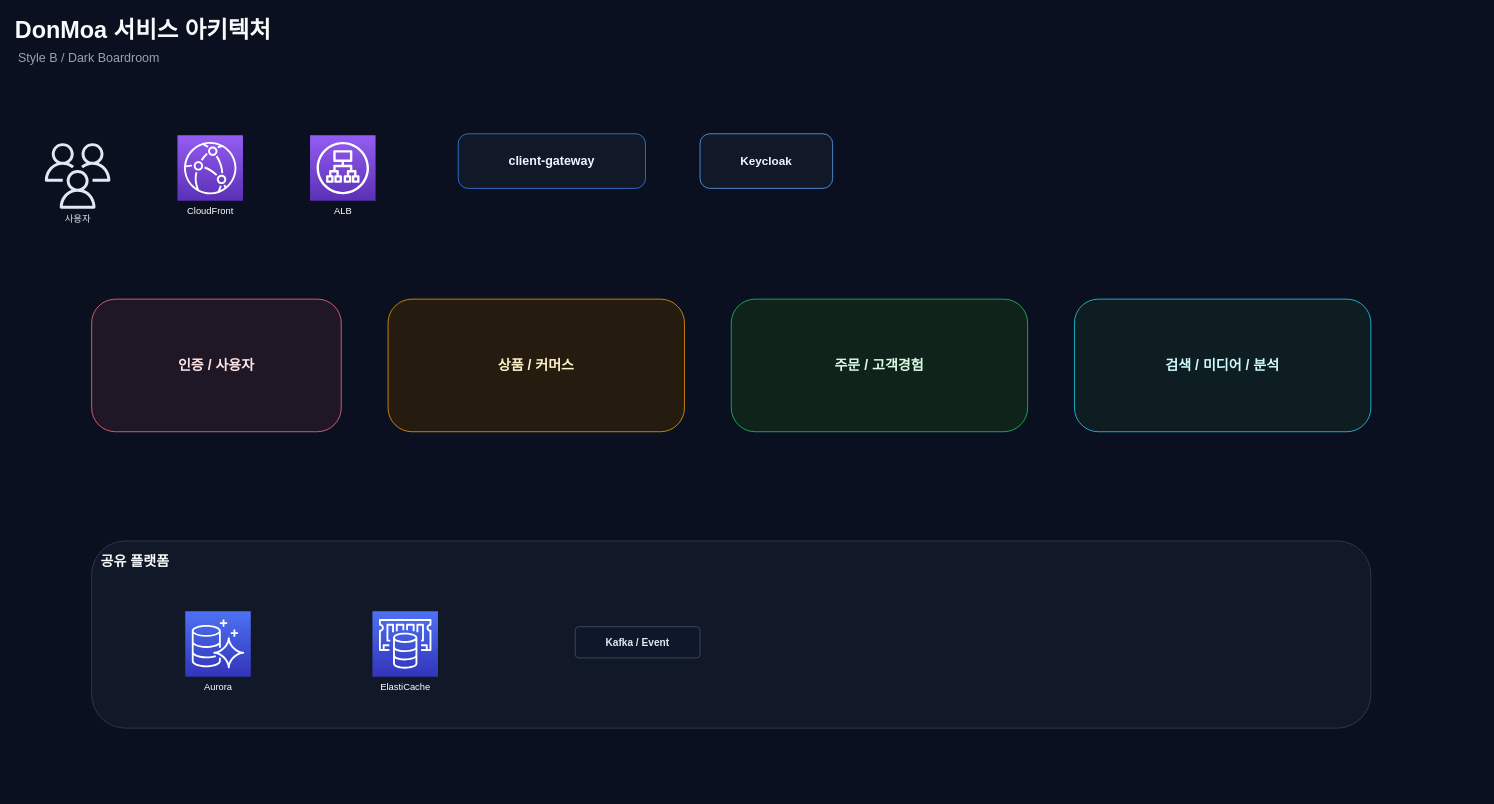
MZC-3rd-Project/BACKEND_SERVER keeps this draw.io diagram as page "Style B_서비스" (4 of 6) of deploy/diagrams/donmoa-presentation-style-variants.drawio. Above is the earlier version. Source tidied: cells renumbered, new cells numbered last; positions are measured from the earlier drawing's top-left corner, leaving out a move shared by most shapes. Both pictures are drawn from the tidied source at 78%, with x=0, y=0 at pixel (13, 13).
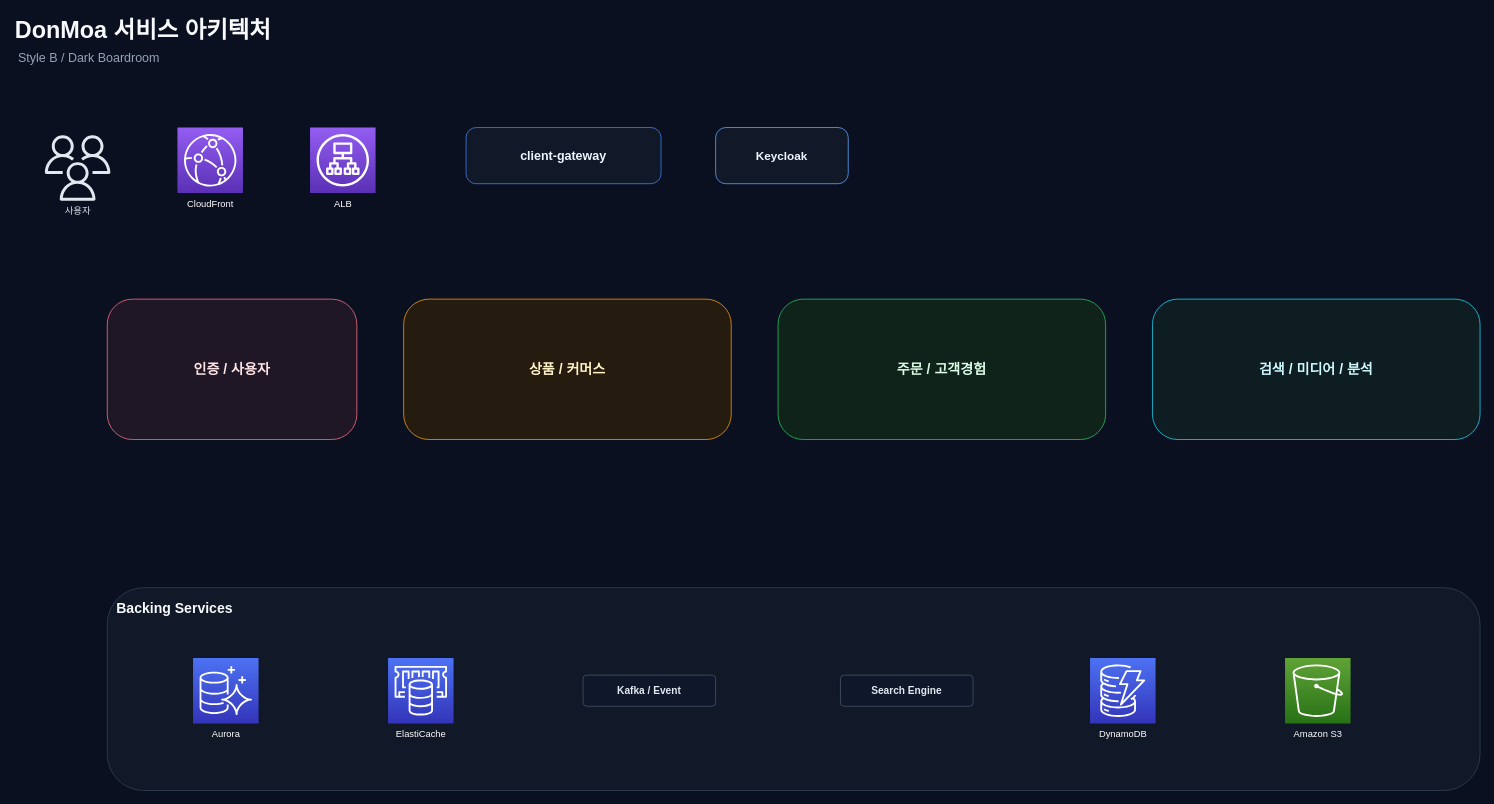
After the change.

The edit, as a diff of the source:
```diff
@@
 <mxGraphModel background="#0b1020">
   <root>
     <mxCell id="0" />
     <mxCell id="1" parent="0" />
     <mxCell id="2" value="DonMoa 서비스 아키텍처" style="text;html=1;strokeColor=none;fillColor=none;align=left;verticalAlign=middle;whiteSpace=wrap;fontSize=30;fontStyle=1;fontColor=#f8fafc;" parent="1" vertex="1">
       <mxGeometry width="520" height="42" as="geometry" />
     </mxCell>
     <mxCell id="3" value="Style B / Dark Boardroom" style="text;html=1;strokeColor=none;fillColor=none;align=left;verticalAlign=middle;whiteSpace=wrap;fontSize=16;fontColor=#94a3b8;" parent="1" vertex="1">
       <mxGeometry x="4" y="44" width="260" height="24" as="geometry" />
     </mxCell>
     <mxCell id="4" value="사용자" style="shape=mxgraph.aws4.users;html=1;strokeColor=none;fillColor=#e2e8f0;gradientColor=none;fontColor=#e2e8f0;verticalLabelPosition=bottom;verticalAlign=top;align=center;fontSize=12;" parent="1" vertex="1">
-      <mxGeometry x="40" y="166" width="84" height="84" as="geometry" />
+      <mxGeometry x="40" y="156" width="84" height="84" as="geometry" />
     </mxCell>
     <mxCell id="5" value="CloudFront" style="shape=mxgraph.aws4.resourceIcon;resIcon=mxgraph.aws4.cloudfront;html=1;gradientColor=#945DF2;gradientDirection=north;fillColor=#5A30B5;strokeColor=#ffffff;fontColor=#ffffff;verticalLabelPosition=bottom;verticalAlign=top;align=center;fontSize=12;" parent="1" vertex="1">
-      <mxGeometry x="210" y="156" width="84" height="84" as="geometry" />
+      <mxGeometry x="210" y="146" width="84" height="84" as="geometry" />
     </mxCell>
     <mxCell id="6" value="ALB" style="shape=mxgraph.aws4.resourceIcon;resIcon=mxgraph.aws4.application_load_balancer;html=1;gradientColor=#945DF2;gradientDirection=north;fillColor=#5A30B5;strokeColor=#ffffff;fontColor=#ffffff;verticalLabelPosition=bottom;verticalAlign=top;align=center;fontSize=12;" parent="1" vertex="1">
-      <mxGeometry x="380" y="156" width="84" height="84" as="geometry" />
+      <mxGeometry x="380" y="146" width="84" height="84" as="geometry" />
     </mxCell>
     <mxCell id="7" value="client-gateway" style="rounded=1;whiteSpace=wrap;html=1;arcSize=18;fillColor=#111827;strokeColor=#3b82f6;fontColor=#eff6ff;fontSize=16;fontStyle=1;spacing=10;" parent="1" vertex="1">
-      <mxGeometry x="570" y="154" width="240" height="70" as="geometry" />
+      <mxGeometry x="580" y="146" width="250" height="72" as="geometry" />
     </mxCell>
     <mxCell id="8" value="Keycloak" style="rounded=1;whiteSpace=wrap;html=1;arcSize=18;fillColor=#111827;strokeColor=#60a5fa;fontColor=#eff6ff;fontSize=15;fontStyle=1;spacing=8;" parent="1" vertex="1">
-      <mxGeometry x="880" y="154" width="170" height="70" as="geometry" />
+      <mxGeometry x="900" y="146" width="170" height="72" as="geometry" />
     </mxCell>
     <mxCell id="9" value="인증 / 사용자" style="rounded=1;whiteSpace=wrap;html=1;arcSize=18;fillColor=#1f1726;strokeColor=#fb7185;fontColor=#ffe4e6;fontSize=18;fontStyle=1;spacing=12;" parent="1" vertex="1">
-      <mxGeometry x="100" y="366" width="320" height="170" as="geometry" />
+      <mxGeometry x="120" y="366" width="320" height="180" as="geometry" />
     </mxCell>
     <mxCell id="10" value="상품 / 커머스" style="rounded=1;whiteSpace=wrap;html=1;arcSize=18;fillColor=#251b0f;strokeColor=#f59e0b;fontColor=#fef3c7;fontSize=18;fontStyle=1;spacing=12;" parent="1" vertex="1">
-      <mxGeometry x="480" y="366" width="380" height="170" as="geometry" />
+      <mxGeometry x="500" y="366" width="420" height="180" as="geometry" />
     </mxCell>
     <mxCell id="11" value="주문 / 고객경험" style="rounded=1;whiteSpace=wrap;html=1;arcSize=18;fillColor=#10231a;strokeColor=#22c55e;fontColor=#dcfce7;fontSize=18;fontStyle=1;spacing=12;" parent="1" vertex="1">
-      <mxGeometry x="920" y="366" width="380" height="170" as="geometry" />
+      <mxGeometry x="980" y="366" width="420" height="180" as="geometry" />
     </mxCell>
     <mxCell id="12" value="검색 / 미디어 / 분석" style="rounded=1;whiteSpace=wrap;html=1;arcSize=18;fillColor=#0e1d22;strokeColor=#22d3ee;fontColor=#cffafe;fontSize=18;fontStyle=1;spacing=12;" parent="1" vertex="1">
-      <mxGeometry x="1360" y="366" width="380" height="170" as="geometry" />
+      <mxGeometry x="1460" y="366" width="420" height="180" as="geometry" />
     </mxCell>
-    <mxCell id="13" value="공유 플랫폼" style="rounded=1;whiteSpace=wrap;html=1;arcSize=18;fillColor=#111827;strokeColor=#334155;fontColor=#f8fafc;fontSize=18;fontStyle=1;align=left;verticalAlign=top;spacing=12;" parent="1" vertex="1">
-      <mxGeometry x="100" y="676" width="1640" height="240" as="geometry" />
+    <mxCell id="13" value="Backing Services" style="rounded=1;whiteSpace=wrap;html=1;arcSize=18;fillColor=#111827;strokeColor=#334155;fontColor=#f8fafc;fontSize=18;fontStyle=1;align=left;verticalAlign=top;spacing=12;" parent="1" vertex="1">
+      <mxGeometry x="120" y="736" width="1760" height="260" as="geometry" />
     </mxCell>
-    <mxCell id="14" value="Aurora" style="shape=mxgraph.aws4.resourceIcon;resIcon=mxgraph.aws4.aurora;html=1;gradientColor=#4D72F3;gradientDirection=north;fillColor=#3334B9;strokeColor=#ffffff;fontColor=#ffffff;verticalLabelPosition=bottom;verticalAlign=top;align=center;fontSize=12;" parent="1" vertex="1">
-      <mxGeometry x="220" y="766" width="84" height="84" as="geometry" />
+    <mxCell id="14" value="Aurora" style="shape=mxgraph.aws4.resourceIcon;resIcon=mxgraph.aws4.aurora;html=1;gradientColor=#4D72F3;gradientDirection=north;fillColor=#3334B9;strokeColor=#ffffff;fontColor=#ffffff;verticalLabelPosition=bottom;verticalAlign=top;align=center;fontSize=12;" parent="13" vertex="1">
+      <mxGeometry x="110" y="90" width="84" height="84" as="geometry" />
     </mxCell>
-    <mxCell id="15" value="ElastiCache" style="shape=mxgraph.aws4.resourceIcon;resIcon=mxgraph.aws4.elasticache;html=1;gradientColor=#4D72F3;gradientDirection=north;fillColor=#3334B9;strokeColor=#ffffff;fontColor=#ffffff;verticalLabelPosition=bottom;verticalAlign=top;align=center;fontSize=12;" parent="1" vertex="1">
-      <mxGeometry x="460" y="766" width="84" height="84" as="geometry" />
+    <mxCell id="15" value="ElastiCache" style="shape=mxgraph.aws4.resourceIcon;resIcon=mxgraph.aws4.elasticache;html=1;gradientColor=#4D72F3;gradientDirection=north;fillColor=#3334B9;strokeColor=#ffffff;fontColor=#ffffff;verticalLabelPosition=bottom;verticalAlign=top;align=center;fontSize=12;" parent="13" vertex="1">
+      <mxGeometry x="360" y="90" width="84" height="84" as="geometry" />
     </mxCell>
-    <mxCell id="16" value="Kafka / Event" style="rounded=1;whiteSpace=wrap;html=1;arcSize=12;fillColor=#0f172a;strokeColor=#475569;fontColor=#e2e8f0;fontSize=13;fontStyle=1;spacing=8;" parent="1" vertex="1">
-      <mxGeometry x="720" y="786" width="160" height="40" as="geometry" />
+    <mxCell id="16" value="Kafka / Event" style="rounded=1;whiteSpace=wrap;html=1;arcSize=12;fillColor=#0f172a;strokeColor=#475569;fontColor=#e2e8f0;fontSize=13;fontStyle=1;spacing=8;" parent="13" vertex="1">
+      <mxGeometry x="610" y="112" width="170" height="40" as="geometry" />
     </mxCell>
+    <mxCell id="17" value="Search Engine" style="rounded=1;whiteSpace=wrap;html=1;arcSize=12;fillColor=#0f172a;strokeColor=#475569;fontColor=#e2e8f0;fontSize=13;fontStyle=1;spacing=8;" parent="13" vertex="1">
+      <mxGeometry x="940" y="112" width="170" height="40" as="geometry" />
+    </mxCell>
+    <mxCell id="18" value="DynamoDB" style="shape=mxgraph.aws4.resourceIcon;resIcon=mxgraph.aws4.dynamodb;html=1;gradientColor=#4D72F3;gradientDirection=north;fillColor=#3334B9;strokeColor=#ffffff;fontColor=#ffffff;verticalLabelPosition=bottom;verticalAlign=top;align=center;fontSize=12;" parent="13" vertex="1">
+      <mxGeometry x="1260" y="90" width="84" height="84" as="geometry" />
+    </mxCell>
+    <mxCell id="19" value="Amazon S3" style="shape=mxgraph.aws4.resourceIcon;resIcon=mxgraph.aws4.s3;html=1;gradientColor=#60A337;gradientDirection=north;fillColor=#277116;strokeColor=#ffffff;fontColor=#ffffff;verticalLabelPosition=bottom;verticalAlign=top;align=center;fontSize=12;" parent="13" vertex="1">
+      <mxGeometry x="1510" y="90" width="84" height="84" as="geometry" />
+    </mxCell>
   </root>
 </mxGraphModel>
```
